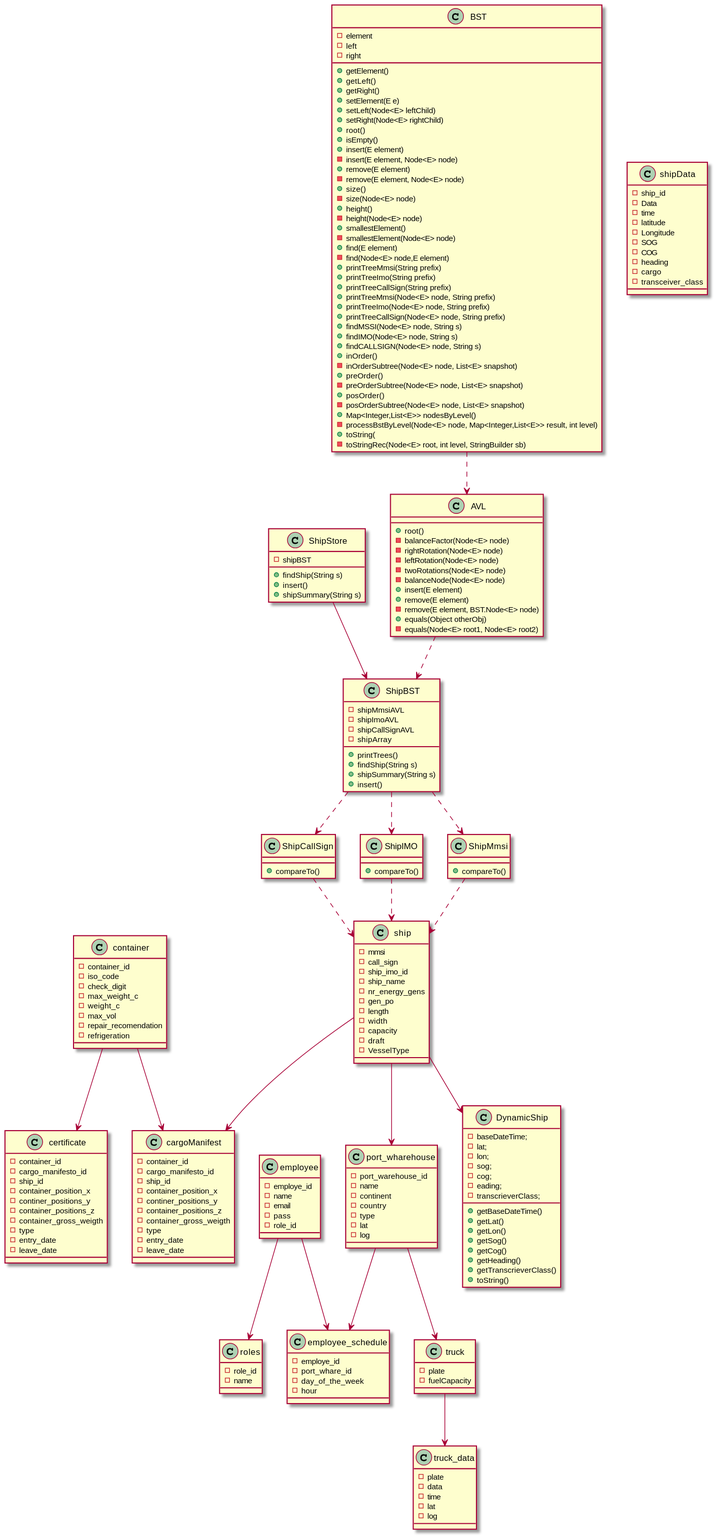
The PlantUML diagram docs/Sprint 1/CD.svg in jsmarques98/LAPR3-ISEP, before a commit. Its diagram source:
```plantuml
@startuml
class container{
    -container_id
    -iso_code
    -check_digit
    -max_weight_c
    -weight_c
    -max_vol
    -repair_recomendation
    -refrigeration
}
class certificate{
    -container_id
    -cargo_manifesto_id
    -ship_id
    -container_position_x
    -continer_positions_y
    -container_positions_z
    -container_gross_weigth
    -type
    -entry_date
    -leave_date
}
class ship{
    -mmsi
    -call_sign
    -ship_imo_id
    -ship_name
    -nr_energy_gens
    -gen_po
    -length
    -width
    -capacity
    -draft
    -VesselType
  }
class shipData{
    -ship_id
    -Data
    -time
    -latitude
    -Longitude
    -SOG
    -COG
    -heading
    -cargo
    -transceiver_class
}
class port_wharehouse{
    -port_warehouse_id
    -name
    -continent
    -country
    -type
    -lat
    -log
}
class roles{
    -role_id
    -name
}
class employee{
    -employe_id
    -name
    -email
    -pass
    -role_id
}
class cargoManifest{
    -container_id
    -cargo_manifesto_id
    -ship_id
    -container_position_x
    -continer_positions_y
    -container_positions_z
    -container_gross_weigth
    -type
    -entry_date
    -leave_date
}
class truck{
    -plate
    -fuelCapacity
}
class truck_data{
    -plate
    -data
    -time
    -lat
    -log
}
class employee_schedule{
    -employe_id
    -port_whare_id
    -day_of_the_week
    -hour
}
class ShipBST{
    -shipMmsiAVL
    -shipImoAVL
    -shipCallSignAVL
    -shipArray
    +printTrees()
    +findShip(String s)
    +shipSummary(String s)
    +insert()
}
class ShipCallSign{
    +compareTo()
}
class ShipIMO{
    +compareTo()
}
class ShipMmsi{
    +compareTo()
}

class DynamicShip{
    -baseDateTime;
    -lat;
    -lon;
    -sog;
    -cog;
    -eading;
    -transcrieverClass;

    +getBaseDateTime()
    +getLat()
    +getLon()
    +getSog()
    +getCog()
    +getHeading()
    +getTranscrieverClass()
    +toString()
}
class ShipStore{
    -shipBST

    +findShip(String s)
    +insert()
    +shipSummary(String s)
}
class AVL{
    +root()
    -balanceFactor(Node<E> node)
    -rightRotation(Node<E> node)
    -leftRotation(Node<E> node)
    -twoRotations(Node<E> node)
    -balanceNode(Node<E> node)
    +insert(E element)
    +remove(E element)
    -remove(E element, BST.Node<E> node)
    +equals(Object otherObj)
    -equals(Node<E> root1, Node<E> root2)
}
class BST{
    -element
    -left
    -right
    +getElement()
    +getLeft()
    +getRight()
    +setElement(E e)
    +setLeft(Node<E> leftChild)
    +setRight(Node<E> rightChild)
    +root()
    +isEmpty()
    +insert(E element)
    -insert(E element, Node<E> node)
    +remove(E element)
    -remove(E element, Node<E> node)
    +size()
    -size(Node<E> node)
    +height()
    -height(Node<E> node)
    +smallestElement()
    -smallestElement(Node<E> node)
    +find(E element)
    -find(Node<E> node,E element)
    +printTreeMmsi(String prefix)
    +printTreeImo(String prefix)
    +printTreeCallSign(String prefix)
    +printTreeMmsi(Node<E> node, String prefix)
    +printTreeImo(Node<E> node, String prefix)
    +printTreeCallSign(Node<E> node, String prefix)
    +findMSSI(Node<E> node, String s)
    +findIMO(Node<E> node, String s)
    +findCALLSIGN(Node<E> node, String s)
    +inOrder()
    -inOrderSubtree(Node<E> node, List<E> snapshot)
    +preOrder()
    -preOrderSubtree(Node<E> node, List<E> snapshot)
    +posOrder()
    -posOrderSubtree(Node<E> node, List<E> snapshot)
    +Map<Integer,List<E>> nodesByLevel()
    -processBstByLevel(Node<E> node, Map<Integer,List<E>> result, int level)
    +toString(
    -toStringRec(Node<E> root, int level, StringBuilder sb)
}
BST..>AVL

AVL..>ShipBST

ShipStore-->ShipBST

ShipBST..> ShipCallSign
ShipBST..> ShipIMO
ShipBST..>ShipMmsi

ShipIMO..>ship
ShipMmsi..>ship
ShipCallSign..>ship


ship-->DynamicShip
ship-->cargoManifest
ship--> port_wharehouse

container-->cargoManifest
container-->certificate

port_wharehouse-->truck
port_wharehouse-->employee_schedule

employee-->roles
employee-->employee_schedule

truck-->truck_data

@enduml
```
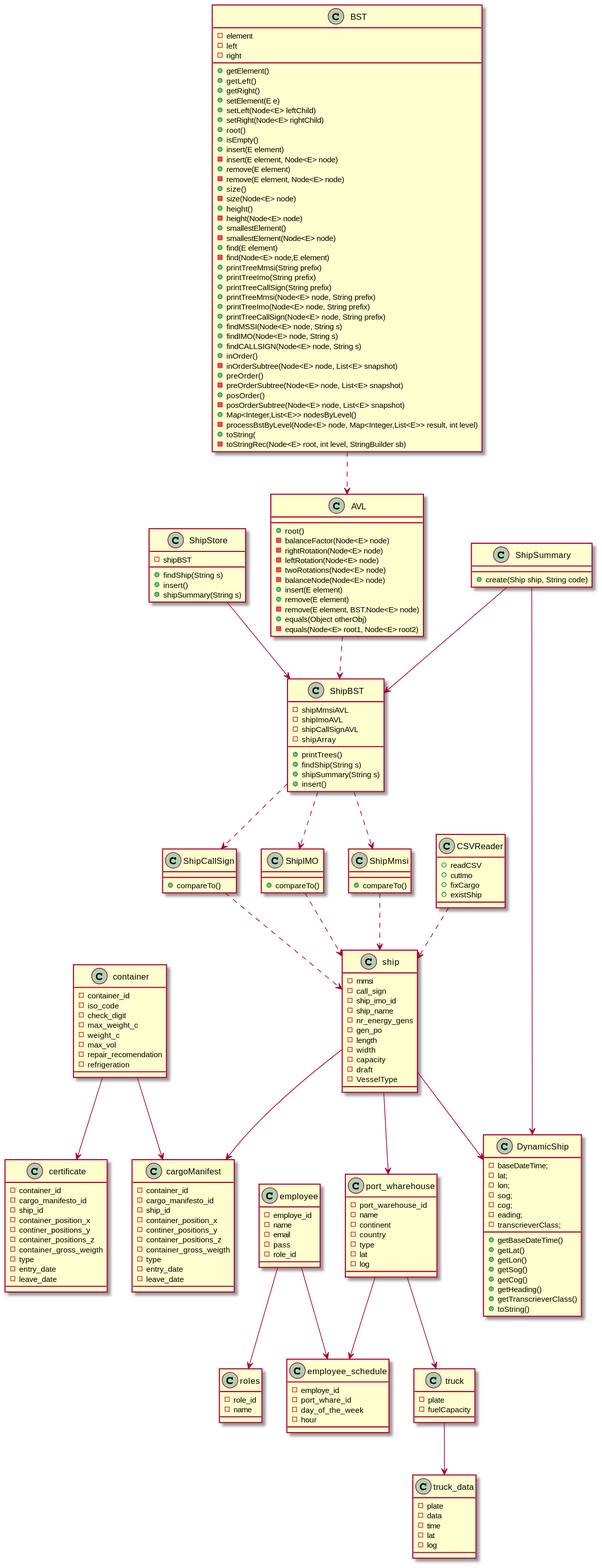
After the change.

Change to the diagram source:
```diff
@@ -34,18 +34,7 @@
     -draft
     -VesselType
   }
-class shipData{
-    -ship_id
-    -Data
-    -time
-    -latitude
-    -Longitude
-    -SOG
-    -COG
-    -heading
-    -cargo
-    -transceiver_class
-}
+
 class port_wharehouse{
     -port_warehouse_id
     -name
@@ -197,6 +186,22 @@
     +toString(
     -toStringRec(Node<E> root, int level, StringBuilder sb)
 }
+
+class CSVReader {
+    +readCSV
+    +cutImo
+    +fixCargo
+    +existShip
+}
+class ShipSummary{
+    +create(Ship ship, String code)
+}
+
+ShipSummary-->DynamicShip
+ShipSummary-->ShipBST
+
+CSVReader..>ship
+
 BST..>AVL
 
 AVL..>ShipBST
```
